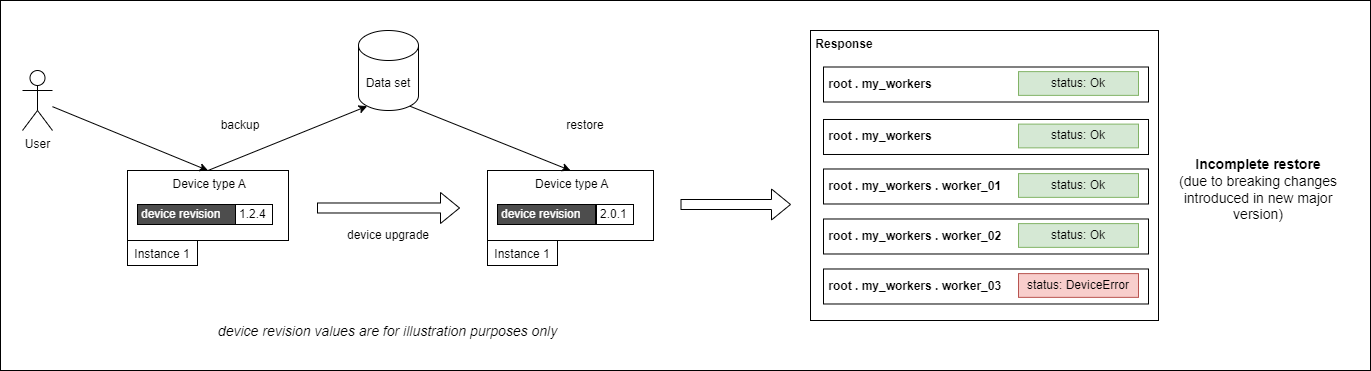
Before: docs/images/restoring-same-dev-different-dev-rev.png, a diagram exported from draw.io (AMWA-TV/is-device-configuration). Source tidied: cells renumbered, new cells last; positions are measured from the earlier drawing's top-left corner, leaving out a move shared by most shapes.
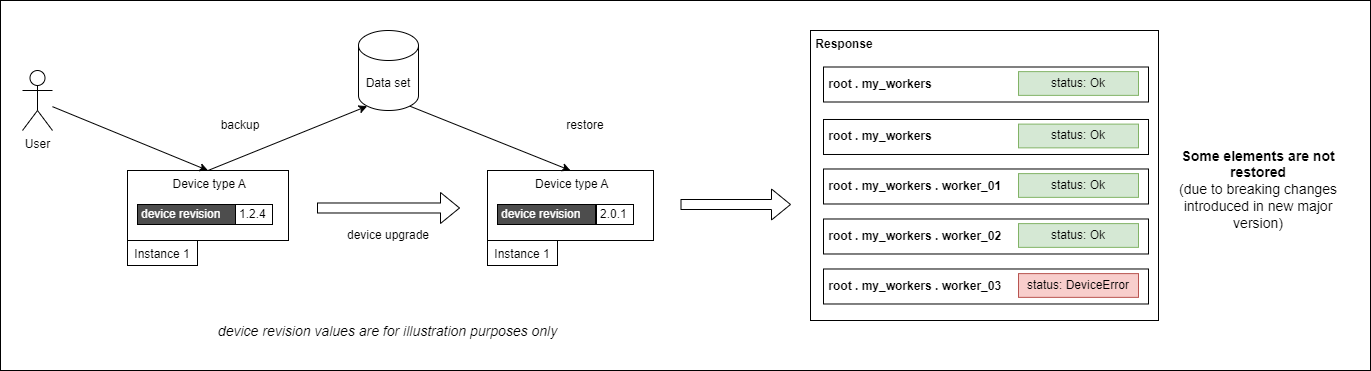
Later version of the same file.

Commit message:
Update diagrams in line with latest control feature sets register

What changed in the source:
```diff
@@ -92,7 +92,7 @@
     <mxCell id="29" value="1.2.4" style="rounded=0;whiteSpace=wrap;html=1;align=left;spacingLeft=2;" parent="1" vertex="1">
       <mxGeometry x="235" y="204" width="37" height="20" as="geometry" />
     </mxCell>
-    <mxCell id="30" value="Incomplete restore&lt;div&gt;&lt;span style=&quot;font-weight: normal;&quot;&gt;(due to breaking changes introduced in new major version)&lt;/span&gt;&lt;/div&gt;" style="text;html=1;align=center;verticalAlign=middle;whiteSpace=wrap;rounded=0;fontStyle=1;fontSize=14;" parent="1" vertex="1">
+    <mxCell id="30" value="Some elements are not restored&lt;div&gt;&lt;span style=&quot;font-weight: normal;&quot;&gt;(due to breaking changes introduced in new major version)&lt;/span&gt;&lt;/div&gt;" style="text;html=1;align=center;verticalAlign=middle;whiteSpace=wrap;rounded=0;fontStyle=1;fontSize=14;" parent="1" vertex="1">
       <mxGeometry x="1168" y="147.4" width="180" height="82.9" as="geometry" />
     </mxCell>
     <mxCell id="31" value="Instance 1" style="rounded=0;whiteSpace=wrap;html=1;align=center;verticalAlign=top;" parent="1" vertex="1">
```
